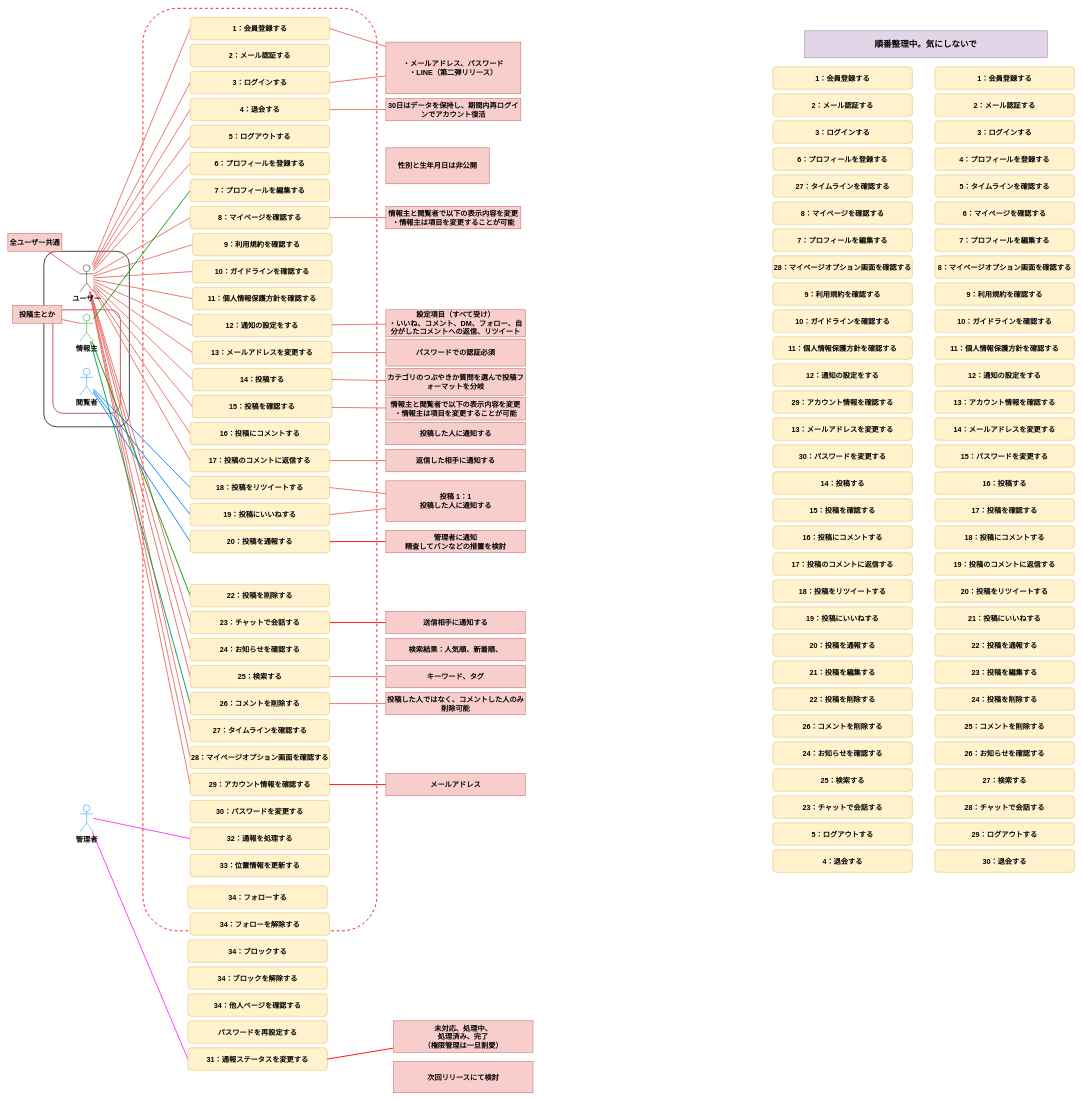
The draw.io diagram page "ユースケース図" (1 of 4) of modeling.drawio in haseryo0403/VenTal, before the edit. Source tidied: cells renumbered, new cells numbered last; positions are measured from the earlier drawing's top-left corner, leaving out a move shared by most shapes. Both pictures are drawn from the tidied source at 45%, with x=0, y=0 at pixel (8, 8).
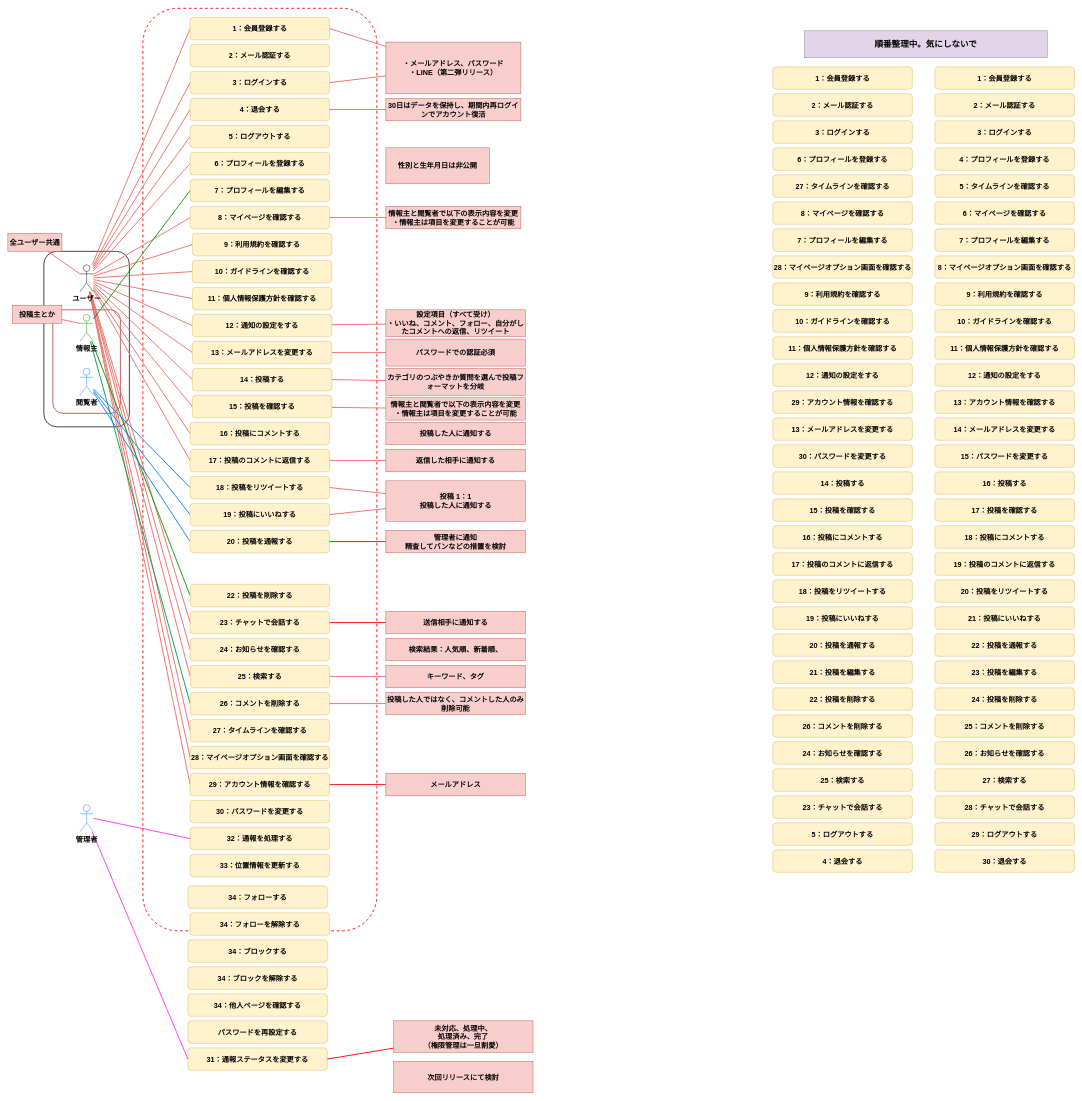
The same diagram, later.

The edit, as a diff of the source:
```diff
@@
-    <mxCell id="68" value="設定項目（すべて受け）&lt;div&gt;・いいね、コメント、DM、フォロー、自分がしたコメントへの返信、リツイート&lt;/div&gt;" style="rounded=0;whiteSpace=wrap;html=1;strokeColor=#b85450;align=center;verticalAlign=middle;fontFamily=Helvetica;fontSize=16;fontColor=default;fontStyle=1;labelBackgroundColor=none;fillColor=#f8cecc;" parent="1" vertex="1">
+    <mxCell id="68" value="設定項目（すべて受け）&lt;div&gt;・いいね、コメント、フォロー、自分がしたコメントへの返信、リツイート&lt;/div&gt;" style="rounded=0;whiteSpace=wrap;html=1;strokeColor=#b85450;align=center;verticalAlign=middle;fontFamily=Helvetica;fontSize=16;fontColor=default;fontStyle=1;labelBackgroundColor=none;fillColor=#f8cecc;" parent="1" vertex="1">
       <mxGeometry x="840" y="670" width="310" height="60" as="geometry" />
     </mxCell>
```
